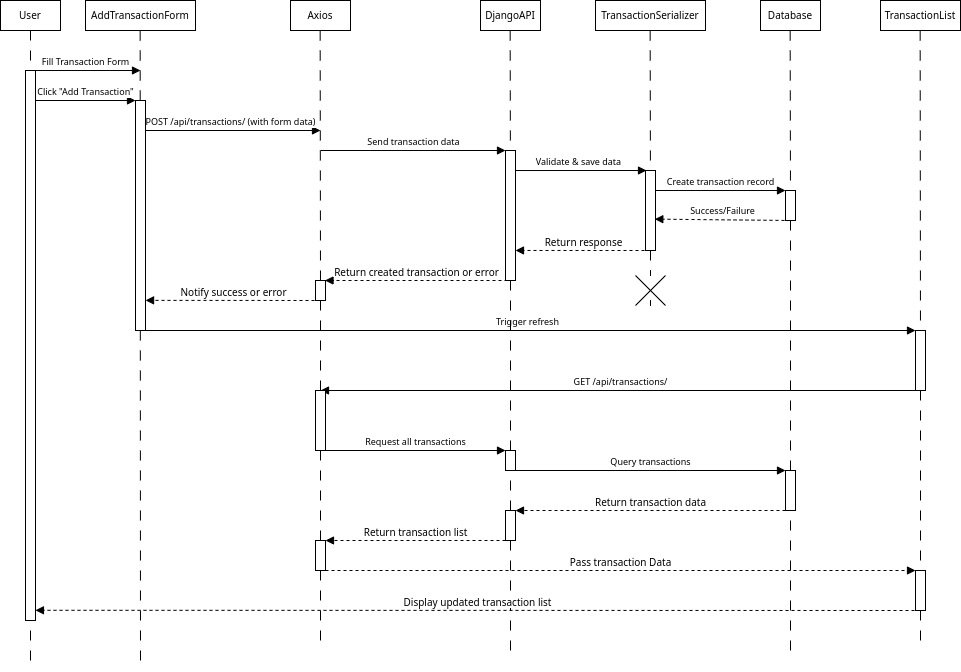
loganckrause/LedgerFlow keeps this draw.io diagram as docs/SequenceDiagram.drawio.png. Above is the earlier version. Source tidied: cells renumbered, new cells last; positions are measured from the earlier drawing's top-left corner, leaving out a move shared by most shapes. The source it was exported from:
```xml
<mxGraphModel>
  <root>
    <mxCell id="0" />
    <mxCell id="1" parent="0" />
    <mxCell id="2" value="&lt;font style=&quot;font-size: 10px;&quot;&gt;User&lt;/font&gt;" style="html=1;align=center;verticalAlign=middle;dashed=0;whiteSpace=wrap;" parent="1" vertex="1">
      <mxGeometry width="60" height="30" as="geometry" />
    </mxCell>
    <mxCell id="3" value="&lt;font style=&quot;font-size: 10px;&quot;&gt;DjangoAPI&lt;/font&gt;" style="html=1;align=center;verticalAlign=middle;dashed=0;whiteSpace=wrap;" parent="1" vertex="1">
      <mxGeometry x="480" width="60" height="30" as="geometry" />
    </mxCell>
    <mxCell id="4" value="&lt;font style=&quot;font-size: 10px;&quot;&gt;Database&lt;/font&gt;" style="html=1;align=center;verticalAlign=middle;dashed=0;whiteSpace=wrap;" parent="1" vertex="1">
      <mxGeometry x="760" width="60" height="30" as="geometry" />
    </mxCell>
    <mxCell id="5" value="&lt;font style=&quot;font-size: 10px;&quot;&gt;TransactionList&lt;/font&gt;" style="html=1;align=center;verticalAlign=middle;dashed=0;whiteSpace=wrap;" parent="1" vertex="1">
      <mxGeometry x="880" width="80" height="30" as="geometry" />
    </mxCell>
    <mxCell id="6" value="&lt;font style=&quot;font-size: 10px;&quot;&gt;TransactionSerializer&lt;/font&gt;" style="html=1;align=center;verticalAlign=middle;dashed=0;whiteSpace=wrap;" parent="1" vertex="1">
      <mxGeometry x="595" width="110" height="30" as="geometry" />
    </mxCell>
    <mxCell id="7" value="&lt;font style=&quot;font-size: 10px;&quot;&gt;AddTransactionForm&lt;/font&gt;" style="html=1;align=center;verticalAlign=middle;dashed=0;whiteSpace=wrap;" parent="1" vertex="1">
      <mxGeometry x="85" width="110" height="30" as="geometry" />
    </mxCell>
    <mxCell id="8" style="endArrow=none;startArrow=none;endFill=0;startFill=0;endSize=8;html=1;verticalAlign=bottom;dashed=1;labelBackgroundColor=none;dashPattern=10 10;" parent="1" edge="1" source="2">
      <mxGeometry relative="1" as="geometry">
        <mxPoint x="30" y="660" as="targetPoint" />
      </mxGeometry>
    </mxCell>
    <mxCell id="9" style="endArrow=none;startArrow=none;endFill=0;startFill=0;endSize=8;html=1;verticalAlign=bottom;dashed=1;labelBackgroundColor=none;dashPattern=10 10;" parent="1" edge="1" source="51">
      <mxGeometry relative="1" as="geometry">
        <mxPoint x="510" y="650" as="targetPoint" />
      </mxGeometry>
    </mxCell>
    <mxCell id="10" style="endArrow=none;startArrow=none;endFill=0;startFill=0;endSize=8;html=1;verticalAlign=bottom;dashed=1;labelBackgroundColor=none;dashPattern=10 10;" parent="1" edge="1">
      <mxGeometry relative="1" as="geometry">
        <mxPoint x="139.7" y="30" as="sourcePoint" />
        <mxPoint x="140" y="670" as="targetPoint" />
      </mxGeometry>
    </mxCell>
    <mxCell id="11" style="endArrow=none;startArrow=none;endFill=0;startFill=0;endSize=8;html=1;verticalAlign=bottom;dashed=1;labelBackgroundColor=none;dashPattern=10 10;" parent="1" edge="1" source="57">
      <mxGeometry relative="1" as="geometry">
        <mxPoint x="650" y="300" as="targetPoint" />
      </mxGeometry>
    </mxCell>
    <mxCell id="12" style="endArrow=none;startArrow=none;endFill=0;startFill=0;endSize=8;html=1;verticalAlign=bottom;dashed=1;labelBackgroundColor=none;dashPattern=10 10;" parent="1" edge="1" source="39">
      <mxGeometry relative="1" as="geometry">
        <mxPoint x="790" y="650" as="targetPoint" />
      </mxGeometry>
    </mxCell>
    <mxCell id="13" value="&lt;font style=&quot;font-size: 9px;&quot;&gt;Validate &amp;amp; save data&lt;/font&gt;" style="html=1;verticalAlign=bottom;endArrow=block;curved=0;rounded=1;endSize=6;jumpSize=3;exitX=0.5;exitY=0.154;exitDx=0;exitDy=0;exitPerimeter=0;" parent="1" edge="1" source="15">
      <mxGeometry relative="1" as="geometry">
        <mxPoint x="646" y="170" as="targetPoint" />
      </mxGeometry>
    </mxCell>
    <mxCell id="14" style="endArrow=none;startArrow=none;endFill=0;startFill=0;endSize=8;html=1;verticalAlign=bottom;dashed=1;labelBackgroundColor=none;dashPattern=10 10;" parent="1" edge="1" source="55">
      <mxGeometry relative="1" as="geometry">
        <mxPoint x="920" y="640" as="targetPoint" />
      </mxGeometry>
    </mxCell>
    <mxCell id="15" style="rounded=0;whiteSpace=wrap;html=1;" parent="1" vertex="1">
      <mxGeometry x="505" y="150" width="10" height="130" as="geometry" />
    </mxCell>
    <mxCell id="16" value="&lt;font style=&quot;font-size: 9px;&quot;&gt;Fill Transaction Form&lt;/font&gt;" style="html=1;verticalAlign=bottom;endArrow=block;curved=0;rounded=1;endSize=6;jumpSize=3;" parent="1" edge="1">
      <mxGeometry relative="1" as="geometry">
        <mxPoint x="30" y="70" as="sourcePoint" />
        <mxPoint x="140" y="70" as="targetPoint" />
      </mxGeometry>
    </mxCell>
    <mxCell id="17" value="&lt;font style=&quot;font-size: 9px;&quot;&gt;Click &quot;Add Transaction&quot;&lt;/font&gt;" style="html=1;verticalAlign=bottom;endArrow=block;curved=0;rounded=1;endSize=6;jumpSize=3;" parent="1" edge="1">
      <mxGeometry relative="1" as="geometry">
        <mxPoint x="35" y="100" as="sourcePoint" />
        <mxPoint x="135" y="100" as="targetPoint" />
      </mxGeometry>
    </mxCell>
    <mxCell id="18" value="&lt;font style=&quot;font-size: 9px;&quot;&gt;POST /api/transactions/ (with form data)&lt;/font&gt;" style="html=1;verticalAlign=bottom;endArrow=block;curved=0;rounded=1;endSize=6;jumpSize=3;" parent="1" edge="1">
      <mxGeometry relative="1" as="geometry">
        <mxPoint x="140" y="130" as="sourcePoint" />
        <mxPoint x="320" y="130" as="targetPoint" />
      </mxGeometry>
    </mxCell>
    <mxCell id="19" value="&lt;font style=&quot;font-size: 9px;&quot;&gt;Send transaction data&lt;/font&gt;" style="html=1;verticalAlign=bottom;endArrow=block;curved=0;rounded=1;endSize=6;jumpSize=3;entryX=0;entryY=0;entryDx=0;entryDy=0;" parent="1" edge="1" target="15">
      <mxGeometry relative="1" as="geometry">
        <mxPoint x="320" y="150" as="sourcePoint" />
      </mxGeometry>
    </mxCell>
    <mxCell id="20" value="&lt;font style=&quot;font-size: 9px;&quot;&gt;Create transaction record&lt;/font&gt;" style="html=1;verticalAlign=bottom;endArrow=block;curved=0;rounded=1;endSize=6;jumpSize=3;exitX=1;exitY=0.25;exitDx=0;exitDy=0;" parent="1" edge="1" source="21">
      <mxGeometry relative="1" as="geometry">
        <mxPoint x="785" y="190" as="targetPoint" />
      </mxGeometry>
    </mxCell>
    <mxCell id="21" style="rounded=0;whiteSpace=wrap;html=1;" parent="1" vertex="1">
      <mxGeometry x="645" y="170" width="10" height="80" as="geometry" />
    </mxCell>
    <mxCell id="22" value="&lt;font style=&quot;font-size: 9px;&quot;&gt;Success/Failure&lt;/font&gt;" style="html=1;verticalAlign=bottom;endArrow=block;curved=0;rounded=1;endSize=6;jumpSize=3;dashed=1;entryX=0.931;entryY=0.608;entryDx=0;entryDy=0;entryPerimeter=0;" parent="1" edge="1" target="21">
      <mxGeometry relative="1" as="geometry">
        <mxPoint x="790" y="220" as="sourcePoint" />
      </mxGeometry>
    </mxCell>
    <mxCell id="23" value="&lt;font size=&quot;1&quot;&gt;Return response&lt;/font&gt;" style="html=1;verticalAlign=bottom;endArrow=block;curved=0;rounded=1;endSize=6;jumpSize=3;dashed=1;entryX=1;entryY=0.769;entryDx=0;entryDy=0;entryPerimeter=0;" parent="1" edge="1" target="15">
      <mxGeometry relative="1" as="geometry">
        <mxPoint x="650" y="250" as="sourcePoint" />
      </mxGeometry>
    </mxCell>
    <mxCell id="24" value="&lt;font size=&quot;1&quot;&gt;Return created transaction or error&lt;/font&gt;" style="html=1;verticalAlign=bottom;endArrow=block;curved=0;rounded=1;endSize=6;jumpSize=3;dashed=1;entryX=0.75;entryY=0;entryDx=0;entryDy=0;" parent="1" edge="1">
      <mxGeometry relative="1" as="geometry">
        <mxPoint x="507" y="280" as="sourcePoint" />
        <mxPoint x="324.5" y="280" as="targetPoint" />
      </mxGeometry>
    </mxCell>
    <mxCell id="25" value="&lt;font size=&quot;1&quot;&gt;Notify success or error&lt;/font&gt;" style="html=1;verticalAlign=bottom;endArrow=block;curved=0;rounded=1;endSize=6;jumpSize=3;dashed=1;entryX=1.006;entryY=0.869;entryDx=0;entryDy=0;entryPerimeter=0;" parent="1" edge="1" target="41">
      <mxGeometry relative="1" as="geometry">
        <mxPoint x="320" y="300" as="sourcePoint" />
      </mxGeometry>
    </mxCell>
    <mxCell id="26" value="&lt;font style=&quot;font-size: 9px;&quot;&gt;Trigger refresh&lt;/font&gt;" style="html=1;verticalAlign=bottom;endArrow=block;curved=0;rounded=1;endSize=6;jumpSize=3;entryX=0;entryY=0;entryDx=0;entryDy=0;" parent="1" edge="1" target="45">
      <mxGeometry relative="1" as="geometry">
        <mxPoint x="140" y="330" as="sourcePoint" />
      </mxGeometry>
    </mxCell>
    <mxCell id="27" value="&lt;font style=&quot;font-size: 9px;&quot;&gt;GET /api/transactions/&lt;/font&gt;" style="html=1;verticalAlign=bottom;endArrow=block;curved=0;rounded=1;endSize=6;jumpSize=3;" parent="1" edge="1">
      <mxGeometry relative="1" as="geometry">
        <mxPoint x="920" y="390" as="sourcePoint" />
        <mxPoint x="320" y="390" as="targetPoint" />
      </mxGeometry>
    </mxCell>
    <mxCell id="28" value="&lt;font style=&quot;font-size: 9px;&quot;&gt;Request all transactions&lt;/font&gt;" style="html=1;verticalAlign=bottom;endArrow=block;curved=0;rounded=1;endSize=6;jumpSize=3;entryX=0;entryY=0;entryDx=0;entryDy=0;exitX=1;exitY=1;exitDx=0;exitDy=0;" parent="1" edge="1" source="47" target="50">
      <mxGeometry relative="1" as="geometry" />
    </mxCell>
    <mxCell id="29" value="&lt;font style=&quot;font-size: 9px;&quot;&gt;Query transactions&lt;/font&gt;" style="html=1;verticalAlign=bottom;endArrow=block;curved=0;rounded=1;endSize=6;jumpSize=3;entryX=0;entryY=0;entryDx=0;entryDy=0;exitX=1;exitY=1;exitDx=0;exitDy=0;" parent="1" edge="1" source="50" target="48">
      <mxGeometry relative="1" as="geometry" />
    </mxCell>
    <mxCell id="30" value="&lt;font style=&quot;font-size: 10px;&quot;&gt;Axios&lt;/font&gt;" style="html=1;align=center;verticalAlign=middle;dashed=0;whiteSpace=wrap;" parent="1" vertex="1">
      <mxGeometry x="290" width="60" height="30" as="geometry" />
    </mxCell>
    <mxCell id="31" style="endArrow=none;startArrow=none;endFill=0;startFill=0;endSize=8;html=1;verticalAlign=bottom;dashed=1;labelBackgroundColor=none;dashPattern=10 10;" parent="1" edge="1" source="53">
      <mxGeometry relative="1" as="geometry">
        <mxPoint x="320" y="640" as="targetPoint" />
      </mxGeometry>
    </mxCell>
    <mxCell id="32" value="&lt;font size=&quot;1&quot;&gt;Return transaction data&lt;/font&gt;" style="html=1;verticalAlign=bottom;endArrow=block;curved=0;rounded=1;endSize=6;jumpSize=3;dashed=1;exitX=0;exitY=1;exitDx=0;exitDy=0;entryX=1;entryY=0;entryDx=0;entryDy=0;" parent="1" edge="1" source="48" target="51">
      <mxGeometry relative="1" as="geometry" />
    </mxCell>
    <mxCell id="33" value="&lt;font size=&quot;1&quot;&gt;Return transaction list&lt;/font&gt;" style="html=1;verticalAlign=bottom;endArrow=block;curved=0;rounded=1;endSize=6;jumpSize=3;dashed=1;entryX=1;entryY=0;entryDx=0;entryDy=0;" parent="1" edge="1" target="53">
      <mxGeometry relative="1" as="geometry">
        <mxPoint x="505" y="540" as="sourcePoint" />
      </mxGeometry>
    </mxCell>
    <mxCell id="34" value="&lt;font size=&quot;1&quot;&gt;Pass transaction Data&lt;/font&gt;" style="html=1;verticalAlign=bottom;endArrow=block;curved=0;rounded=1;endSize=6;jumpSize=3;dashed=1;entryX=0;entryY=0;entryDx=0;entryDy=0;exitX=1;exitY=1;exitDx=0;exitDy=0;" parent="1" edge="1" source="53" target="55">
      <mxGeometry relative="1" as="geometry" />
    </mxCell>
    <mxCell id="35" value="&lt;font size=&quot;1&quot;&gt;Display updated transaction list&lt;/font&gt;" style="html=1;verticalAlign=bottom;endArrow=block;curved=0;rounded=1;endSize=6;jumpSize=3;dashed=1;entryX=0.995;entryY=0.976;entryDx=0;entryDy=0;entryPerimeter=0;" parent="1" edge="1">
      <mxGeometry relative="1" as="geometry">
        <mxPoint x="920" y="610" as="sourcePoint" />
        <mxPoint x="34.9" y="609.8" as="targetPoint" />
      </mxGeometry>
    </mxCell>
    <mxCell id="36" style="endArrow=none;startArrow=none;endFill=0;startFill=0;endSize=8;html=1;verticalAlign=bottom;dashed=1;labelBackgroundColor=none;dashPattern=10 10;" parent="1" edge="1" target="15">
      <mxGeometry relative="1" as="geometry">
        <mxPoint x="509.7" y="30" as="sourcePoint" />
      </mxGeometry>
    </mxCell>
    <mxCell id="37" style="endArrow=none;startArrow=none;endFill=0;startFill=0;endSize=8;html=1;verticalAlign=bottom;dashed=1;labelBackgroundColor=none;dashPattern=10 10;" parent="1" edge="1" target="21">
      <mxGeometry relative="1" as="geometry">
        <mxPoint x="649.7" y="30" as="sourcePoint" />
      </mxGeometry>
    </mxCell>
    <mxCell id="38" style="endArrow=none;startArrow=none;endFill=0;startFill=0;endSize=8;html=1;verticalAlign=bottom;dashed=1;labelBackgroundColor=none;dashPattern=10 10;" parent="1" edge="1" target="39">
      <mxGeometry relative="1" as="geometry">
        <mxPoint x="789.7" y="30" as="sourcePoint" />
      </mxGeometry>
    </mxCell>
    <mxCell id="39" style="rounded=0;whiteSpace=wrap;html=1;" parent="1" vertex="1">
      <mxGeometry x="785" y="190" width="10" height="30" as="geometry" />
    </mxCell>
    <mxCell id="40" style="rounded=0;whiteSpace=wrap;html=1;" parent="1" vertex="1">
      <mxGeometry x="25" y="70" width="10" height="550" as="geometry" />
    </mxCell>
    <mxCell id="41" style="rounded=0;whiteSpace=wrap;html=1;" parent="1" vertex="1">
      <mxGeometry x="135" y="100" width="10" height="230" as="geometry" />
    </mxCell>
    <mxCell id="42" style="endArrow=none;startArrow=none;endFill=0;startFill=0;endSize=8;html=1;verticalAlign=bottom;dashed=1;labelBackgroundColor=none;dashPattern=10 10;" parent="1" edge="1" target="43">
      <mxGeometry relative="1" as="geometry">
        <mxPoint x="319.7" y="30" as="sourcePoint" />
      </mxGeometry>
    </mxCell>
    <mxCell id="43" style="rounded=0;whiteSpace=wrap;html=1;" parent="1" vertex="1">
      <mxGeometry x="315" y="280" width="10" height="20" as="geometry" />
    </mxCell>
    <mxCell id="44" style="endArrow=none;startArrow=none;endFill=0;startFill=0;endSize=8;html=1;verticalAlign=bottom;dashed=1;labelBackgroundColor=none;dashPattern=10 10;" parent="1" edge="1" target="45">
      <mxGeometry relative="1" as="geometry">
        <mxPoint x="919.7" y="30" as="sourcePoint" />
      </mxGeometry>
    </mxCell>
    <mxCell id="45" style="rounded=0;whiteSpace=wrap;html=1;" parent="1" vertex="1">
      <mxGeometry x="915" y="330" width="10" height="60" as="geometry" />
    </mxCell>
    <mxCell id="46" style="endArrow=none;startArrow=none;endFill=0;startFill=0;endSize=8;html=1;verticalAlign=bottom;dashed=1;labelBackgroundColor=none;dashPattern=10 10;" parent="1" edge="1" source="43" target="47">
      <mxGeometry relative="1" as="geometry" />
    </mxCell>
    <mxCell id="47" style="rounded=0;whiteSpace=wrap;html=1;" parent="1" vertex="1">
      <mxGeometry x="315" y="390" width="10" height="60" as="geometry" />
    </mxCell>
    <mxCell id="48" style="rounded=0;whiteSpace=wrap;html=1;" parent="1" vertex="1">
      <mxGeometry x="785" y="470" width="10" height="40" as="geometry" />
    </mxCell>
    <mxCell id="49" style="endArrow=none;startArrow=none;endFill=0;startFill=0;endSize=8;html=1;verticalAlign=bottom;dashed=1;labelBackgroundColor=none;dashPattern=10 10;" parent="1" edge="1" source="15" target="51">
      <mxGeometry relative="1" as="geometry" />
    </mxCell>
    <mxCell id="50" style="rounded=0;whiteSpace=wrap;html=1;" parent="1" vertex="1">
      <mxGeometry x="505" y="450" width="10" height="20" as="geometry" />
    </mxCell>
    <mxCell id="51" style="rounded=0;whiteSpace=wrap;html=1;" parent="1" vertex="1">
      <mxGeometry x="505" y="510" width="10" height="30" as="geometry" />
    </mxCell>
    <mxCell id="52" style="endArrow=none;startArrow=none;endFill=0;startFill=0;endSize=8;html=1;verticalAlign=bottom;dashed=1;labelBackgroundColor=none;dashPattern=10 10;" parent="1" edge="1" source="47" target="53">
      <mxGeometry relative="1" as="geometry" />
    </mxCell>
    <mxCell id="53" style="rounded=0;whiteSpace=wrap;html=1;" parent="1" vertex="1">
      <mxGeometry x="315" y="540" width="10" height="30" as="geometry" />
    </mxCell>
    <mxCell id="54" style="endArrow=none;startArrow=none;endFill=0;startFill=0;endSize=8;html=1;verticalAlign=bottom;dashed=1;labelBackgroundColor=none;dashPattern=10 10;" parent="1" edge="1" source="45" target="55">
      <mxGeometry relative="1" as="geometry" />
    </mxCell>
    <mxCell id="55" style="rounded=0;whiteSpace=wrap;html=1;" parent="1" vertex="1">
      <mxGeometry x="915" y="570" width="10" height="40" as="geometry" />
    </mxCell>
    <mxCell id="56" style="endArrow=none;startArrow=none;endFill=0;startFill=0;endSize=8;html=1;verticalAlign=bottom;dashed=1;labelBackgroundColor=none;dashPattern=10 10;" parent="1" edge="1" source="21" target="57">
      <mxGeometry relative="1" as="geometry" />
    </mxCell>
    <mxCell id="57" style="shape=umlDestroy;html=1;" parent="1" vertex="1">
      <mxGeometry x="635" y="275" width="30" height="30" as="geometry" />
    </mxCell>
  </root>
</mxGraphModel>
```
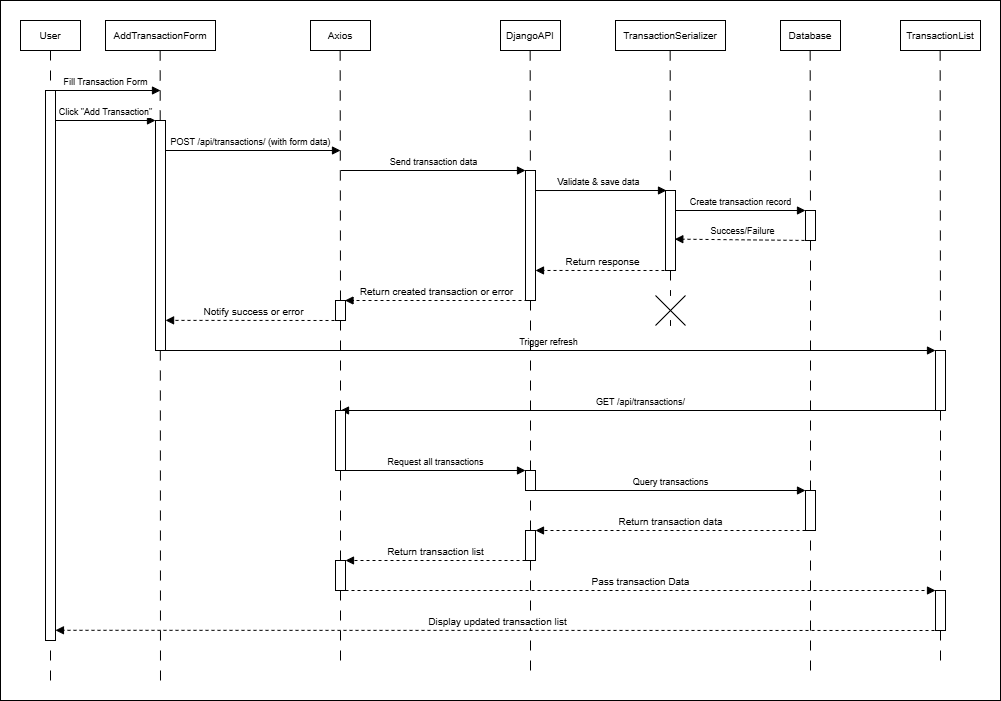
After the change.

Commit message:
Completed my UML diagrams

Diff of the diagram source:
```diff
@@ -2,6 +2,9 @@
   <root>
     <mxCell id="0" />
     <mxCell id="1" parent="0" />
+    <mxCell id="58" style="rounded=0;whiteSpace=wrap;html=1;" parent="1" vertex="1">
+      <mxGeometry x="-20" y="-20" width="1000" height="700" as="geometry" />
+    </mxCell>
     <mxCell id="2" value="&lt;font style=&quot;font-size: 10px;&quot;&gt;User&lt;/font&gt;" style="html=1;align=center;verticalAlign=middle;dashed=0;whiteSpace=wrap;" parent="1" vertex="1">
       <mxGeometry width="60" height="30" as="geometry" />
     </mxCell>
```
